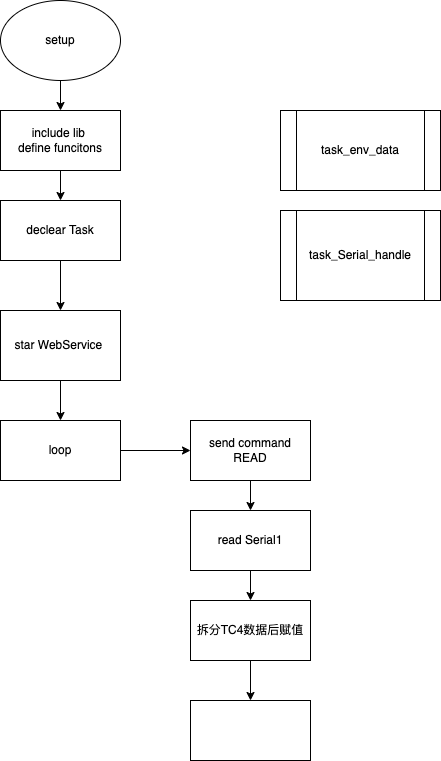
Above: HB-roaster/src/flow.drawio.png in sakunamary/HB_roaster_TC42websocket (draw.io), before the change. Source tidied: cells renumbered, new cells last; positions are measured from the earlier drawing's top-left corner, leaving out a move shared by most shapes. The source it was exported from:
```xml
<mxGraphModel>
  <root>
    <mxCell id="0" />
    <mxCell id="1" parent="0" />
    <mxCell id="2" value="task_env_data" style="shape=process;whiteSpace=wrap;html=1;backgroundOutline=1;" parent="1" vertex="1">
      <mxGeometry x="280" y="110" width="160" height="80" as="geometry" />
    </mxCell>
    <mxCell id="3" value="task_Serial_handle" style="shape=process;whiteSpace=wrap;html=1;backgroundOutline=1;" parent="1" vertex="1">
      <mxGeometry x="280" y="210" width="160" height="90" as="geometry" />
    </mxCell>
    <mxCell id="4" style="edgeStyle=none;html=1;" parent="1" edge="1" source="5" target="7">
      <mxGeometry relative="1" as="geometry" />
    </mxCell>
    <mxCell id="5" value="setup" style="ellipse;whiteSpace=wrap;html=1;" parent="1" vertex="1">
      <mxGeometry width="120" height="80" as="geometry" />
    </mxCell>
    <mxCell id="6" style="edgeStyle=none;html=1;" parent="1" edge="1" source="7" target="9">
      <mxGeometry relative="1" as="geometry" />
    </mxCell>
    <mxCell id="7" value="include lib&amp;nbsp;&lt;br&gt;define funcitons" style="whiteSpace=wrap;html=1;" parent="1" vertex="1">
      <mxGeometry y="110" width="120" height="60" as="geometry" />
    </mxCell>
    <mxCell id="8" style="edgeStyle=none;html=1;entryX=0.5;entryY=0;entryDx=0;entryDy=0;" parent="1" edge="1" source="9" target="14">
      <mxGeometry relative="1" as="geometry" />
    </mxCell>
    <mxCell id="9" value="declear Task" style="whiteSpace=wrap;html=1;" parent="1" vertex="1">
      <mxGeometry y="200" width="120" height="60" as="geometry" />
    </mxCell>
    <mxCell id="10" style="edgeStyle=none;html=1;" parent="1" edge="1" source="19" target="16">
      <mxGeometry relative="1" as="geometry" />
    </mxCell>
    <mxCell id="11" style="edgeStyle=none;html=1;" parent="1" edge="1" source="12" target="19">
      <mxGeometry relative="1" as="geometry" />
    </mxCell>
    <mxCell id="12" value="loop" style="whiteSpace=wrap;html=1;" parent="1" vertex="1">
      <mxGeometry y="420" width="120" height="60" as="geometry" />
    </mxCell>
    <mxCell id="13" style="edgeStyle=none;html=1;exitX=0.5;exitY=1;exitDx=0;exitDy=0;entryX=0.5;entryY=0;entryDx=0;entryDy=0;" parent="1" edge="1" source="14" target="12">
      <mxGeometry relative="1" as="geometry" />
    </mxCell>
    <mxCell id="14" value="star WebService&amp;nbsp;" style="rounded=0;whiteSpace=wrap;html=1;" parent="1" vertex="1">
      <mxGeometry y="310" width="120" height="70" as="geometry" />
    </mxCell>
    <mxCell id="15" style="edgeStyle=none;html=1;" parent="1" edge="1" source="16" target="18">
      <mxGeometry relative="1" as="geometry" />
    </mxCell>
    <mxCell id="16" value="read Serial1" style="whiteSpace=wrap;html=1;" parent="1" vertex="1">
      <mxGeometry x="190" y="510" width="120" height="60" as="geometry" />
    </mxCell>
    <mxCell id="17" style="edgeStyle=none;html=1;" parent="1" edge="1" source="18" target="20">
      <mxGeometry relative="1" as="geometry" />
    </mxCell>
    <mxCell id="18" value="拆分TC4数据后赋值" style="whiteSpace=wrap;html=1;" parent="1" vertex="1">
      <mxGeometry x="190" y="600" width="120" height="60" as="geometry" />
    </mxCell>
    <mxCell id="19" value="send command&lt;br&gt;READ" style="whiteSpace=wrap;html=1;" parent="1" vertex="1">
      <mxGeometry x="190" y="420" width="120" height="60" as="geometry" />
    </mxCell>
    <mxCell id="20" style="whiteSpace=wrap;html=1;" parent="1" vertex="1">
      <mxGeometry x="190" y="700" width="120" height="60" as="geometry" />
    </mxCell>
  </root>
</mxGraphModel>
```
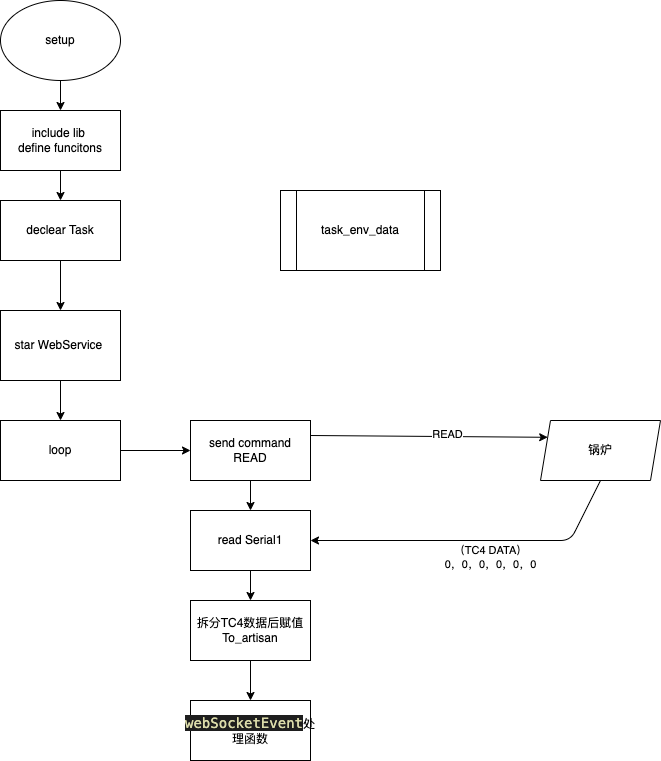
After the commit.

What changed in the source:
```diff
@@ -3,11 +3,8 @@
     <mxCell id="0" />
     <mxCell id="1" parent="0" />
     <mxCell id="2" value="task_env_data" style="shape=process;whiteSpace=wrap;html=1;backgroundOutline=1;" parent="1" vertex="1">
-      <mxGeometry x="280" y="110" width="160" height="80" as="geometry" />
+      <mxGeometry x="280" y="190" width="160" height="80" as="geometry" />
     </mxCell>
-    <mxCell id="3" value="task_Serial_handle" style="shape=process;whiteSpace=wrap;html=1;backgroundOutline=1;" parent="1" vertex="1">
-      <mxGeometry x="280" y="210" width="160" height="90" as="geometry" />
-    </mxCell>
     <mxCell id="4" style="edgeStyle=none;html=1;" parent="1" edge="1" source="5" target="7">
       <mxGeometry relative="1" as="geometry" />
     </mxCell>
@@ -50,14 +47,35 @@
     <mxCell id="17" style="edgeStyle=none;html=1;" parent="1" edge="1" source="18" target="20">
       <mxGeometry relative="1" as="geometry" />
     </mxCell>
-    <mxCell id="18" value="拆分TC4数据后赋值" style="whiteSpace=wrap;html=1;" parent="1" vertex="1">
+    <mxCell id="18" value="拆分TC4数据后赋值&lt;br&gt;To_artisan" style="whiteSpace=wrap;html=1;" parent="1" vertex="1">
       <mxGeometry x="190" y="600" width="120" height="60" as="geometry" />
     </mxCell>
+    <mxCell id="21" style="edgeStyle=none;html=1;exitX=1;exitY=0.25;exitDx=0;exitDy=0;entryX=0;entryY=0.25;entryDx=0;entryDy=0;strokeColor=default;" parent="1" edge="1" source="19" target="25">
+      <mxGeometry relative="1" as="geometry" />
+    </mxCell>
+    <mxCell id="22" value="READ" style="edgeLabel;html=1;align=center;verticalAlign=middle;" parent="21" vertex="1">
+      <mxGeometry x="0.15" y="3" relative="1" as="geometry" />
+    </mxCell>
     <mxCell id="19" value="send command&lt;br&gt;READ" style="whiteSpace=wrap;html=1;" parent="1" vertex="1">
       <mxGeometry x="190" y="420" width="120" height="60" as="geometry" />
     </mxCell>
-    <mxCell id="20" style="whiteSpace=wrap;html=1;" parent="1" vertex="1">
+    <mxCell id="20" value="&lt;span style=&quot;color: rgb(220 , 220 , 170) ; background-color: rgb(30 , 30 , 30) ; font-family: &amp;#34;menlo&amp;#34; , &amp;#34;menlo&amp;#34; , &amp;#34;menlo&amp;#34; , &amp;#34;menlo&amp;#34; , &amp;#34;monaco&amp;#34; , &amp;#34;courier new&amp;#34; , monospace ; font-size: 14px&quot;&gt;webSocketEvent&lt;/span&gt;处理函数" style="whiteSpace=wrap;html=1;" parent="1" vertex="1">
       <mxGeometry x="190" y="700" width="120" height="60" as="geometry" />
     </mxCell>
+    <mxCell id="23" style="edgeStyle=none;html=1;exitX=0.5;exitY=1;exitDx=0;exitDy=0;entryX=1;entryY=0.5;entryDx=0;entryDy=0;strokeColor=default;" parent="1" edge="1" source="25" target="16">
+      <mxGeometry relative="1" as="geometry">
+        <Array as="points">
+          <mxPoint x="570" y="540" />
+        </Array>
+      </mxGeometry>
+    </mxCell>
+    <mxCell id="24" value="（TC4&amp;nbsp;DATA）&lt;br&gt;0，0，0，0，0，0" style="edgeLabel;html=1;align=center;verticalAlign=middle;" parent="23" vertex="1">
+      <mxGeometry x="-0.07" relative="1" as="geometry">
+        <mxPoint x="4" y="16" as="offset" />
+      </mxGeometry>
+    </mxCell>
+    <mxCell id="25" value="锅炉" style="shape=parallelogram;perimeter=parallelogramPerimeter;whiteSpace=wrap;html=1;fixedSize=1;size=10;" parent="1" vertex="1">
+      <mxGeometry x="540" y="420" width="120" height="60" as="geometry" />
+    </mxCell>
   </root>
 </mxGraphModel>
```
